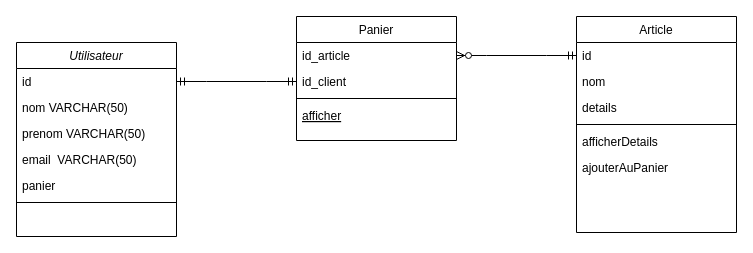
2024-06-24-POE-JAVA-NIORT-DISTANCIEL/java-jee keeps this draw.io diagram as src/Serviettes_CD.drawio.xml. Above is the earlier version. Source tidied: cells renumbered, new cells numbered last; positions are measured from the earlier drawing's top-left corner, leaving out a move shared by most shapes. Both pictures are drawn from the tidied source at 100%, with x=0, y=0 at pixel (16, 16).
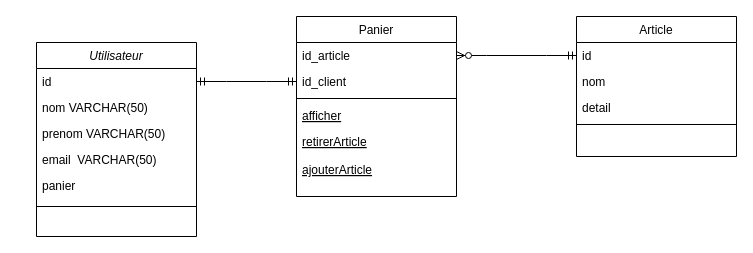
The same diagram, later.

Commit message:
maj uml

The edit, as a diff of the source:
```diff
@@
     <mxCell id="2" value="Utilisateur" style="swimlane;fontStyle=2;align=center;verticalAlign=top;horizontal=1;startSize=26;rounded=0;shadow=0;strokeWidth=1;" parent="1" vertex="1">
-      <mxGeometry y="26" width="160" height="194" as="geometry" />
+      <mxGeometry x="20" y="26" width="160" height="194" as="geometry" />
     </mxCell>
@@
     <mxCell id="7" value="panier  " style="text;align=left;verticalAlign=top;spacingLeft=4;spacingRight=4;overflow=hidden;rounded=0;shadow=0;html=0;" parent="2" vertex="1">
-      <mxGeometry y="130" width="160" height="26" as="geometry" />
+      <mxGeometry y="130" width="160" height="30" as="geometry" />
     </mxCell>
     <mxCell id="8" style="line;html=1;strokeWidth=1;align=left;verticalAlign=middle;spacingTop=-1;spacingLeft=3;spacingRight=3;labelPosition=right;" parent="2" vertex="1">
-      <mxGeometry y="156" width="160" height="8" as="geometry" />
+      <mxGeometry y="160" width="160" height="8" as="geometry" />
     </mxCell>
     <mxCell id="9" value="Panier" style="swimlane;fontStyle=0;align=center;verticalAlign=top;horizontal=1;startSize=26;rounded=0;shadow=0;strokeWidth=1;" parent="1" vertex="1">
-      <mxGeometry x="280" width="160" height="124" as="geometry" />
+      <mxGeometry x="280" width="160" height="180" as="geometry" />
     </mxCell>
@@
+    <mxCell id="23" value="retirerArticle" style="text;align=left;verticalAlign=top;spacingLeft=4;spacingRight=4;overflow=hidden;fontStyle=4;" parent="9" vertex="1">
+      <mxGeometry y="112" width="160" height="28" as="geometry" />
+    </mxCell>
+    <mxCell id="24" value="ajouterArticle" style="text;align=left;verticalAlign=top;spacingLeft=4;spacingRight=4;overflow=hidden;fontStyle=4;" parent="9" vertex="1">
+      <mxGeometry y="140" width="160" height="28" as="geometry" />
+    </mxCell>
     <mxCell id="14" value="Article" style="swimlane;fontStyle=0;align=center;verticalAlign=top;horizontal=1;startSize=26;rounded=0;shadow=0;strokeWidth=1;" parent="1" vertex="1">
-      <mxGeometry x="560" width="160" height="216" as="geometry" />
+      <mxGeometry x="560" width="160" height="140" as="geometry" />
     </mxCell>
@@
-    <mxCell id="17" value="details" style="text;align=left;verticalAlign=top;spacingLeft=4;spacingRight=4;overflow=hidden;rounded=0;shadow=0;html=0;" parent="14" vertex="1">
+    <mxCell id="17" value="detail" style="text;align=left;verticalAlign=top;spacingLeft=4;spacingRight=4;overflow=hidden;rounded=0;shadow=0;html=0;" parent="14" vertex="1">
       <mxGeometry y="78" width="160" height="26" as="geometry" />
     </mxCell>
@@
-    <mxCell id="19" value="afficherDetails" style="text;align=left;verticalAlign=top;spacingLeft=4;spacingRight=4;overflow=hidden;" parent="14" vertex="1">
-      <mxGeometry y="112" width="160" height="26" as="geometry" />
-    </mxCell>
-    <mxCell id="20" value="ajouterAuPanier" style="text;align=left;verticalAlign=top;spacingLeft=4;spacingRight=4;overflow=hidden;" parent="14" vertex="1">
-      <mxGeometry y="138" width="160" height="26" as="geometry" />
-    </mxCell>
```
